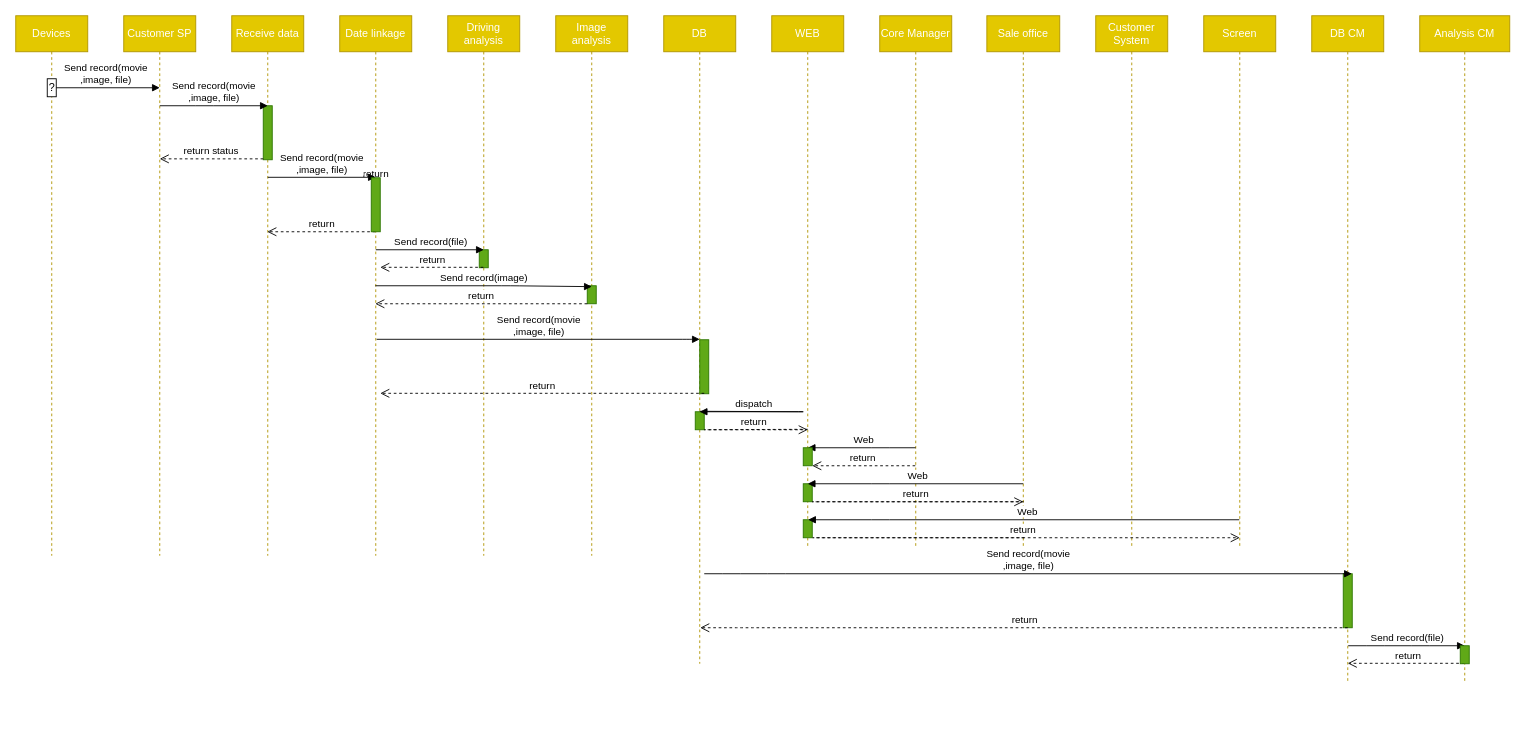
Before: CMliem.drawio in tmliem/Fist-repository, a draw.io diagram. Source tidied: cells renumbered, new cells numbered last; positions are measured from the earlier drawing's top-left corner, leaving out a move shared by most shapes. Both pictures are drawn from the tidied source at 90%, with x=0, y=0 at pixel (15, 15).
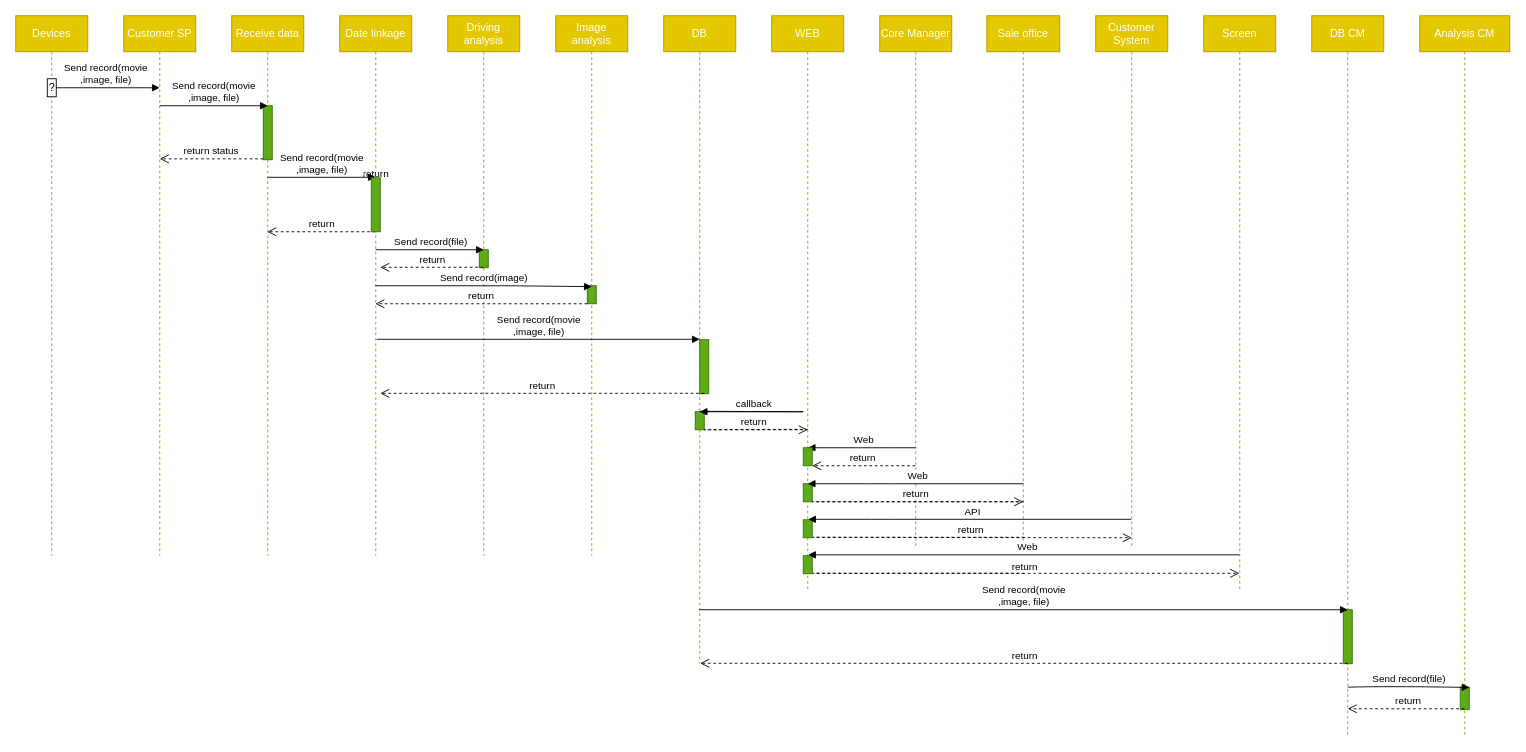
The same diagram, later.

The change refers to these unchanged cells:
```xml
<mxCell id="11" value="DB" style="shape=umlLifeline;perimeter=lifelinePerimeter;whiteSpace=wrap;html=1;outlineConnect=0;fillColor=#e3c800;strokeColor=#B09500;fontColor=#ffffff;" parent="1" vertex="1">
  <mxGeometry x="720" width="80" height="720" as="geometry" />
</mxCell>
<mxCell id="27" value="Customer System" style="shape=umlLifeline;perimeter=lifelinePerimeter;whiteSpace=wrap;html=1;outlineConnect=0;fillColor=#e3c800;strokeColor=#B09500;fontColor=#ffffff;" parent="1" vertex="1">
  <mxGeometry x="1200" width="80" height="590" as="geometry" />
</mxCell>
```

Change to the diagram source:
```diff
@@
     <mxCell id="14" value="WEB" style="shape=umlLifeline;perimeter=lifelinePerimeter;whiteSpace=wrap;html=1;fillColor=#e3c800;strokeColor=#B09500;fontColor=#ffffff;" parent="1" vertex="1">
-      <mxGeometry x="840" width="80" height="590" as="geometry" />
+      <mxGeometry x="840" width="80" height="640" as="geometry" />
     </mxCell>
@@
+    <mxCell id="52" style="html=1;perimeter=orthogonalPerimeter;fillColor=#60a917;strokeColor=#2D7600;fontColor=#ffffff;" parent="14" vertex="1">
+      <mxGeometry x="35" y="600" width="10" height="20" as="geometry" />
+    </mxCell>
@@
-    <mxCell id="30" value="dispatch" style="html=1;verticalAlign=bottom;endArrow=block;" parent="1" edge="1">
+    <mxCell id="30" value="callback" style="html=1;verticalAlign=bottom;endArrow=block;" parent="1" edge="1">
       <mxGeometry x="-0.5" relative="1" as="geometry">
         <mxPoint x="760" y="439.5" as="sourcePoint" />
         <mxPoint x="760" y="440" as="targetPoint" />
         <Array as="points">
           <mxPoint x="880" y="440" />
         </Array>
       </mxGeometry>
     </mxCell>
@@
     <mxCell id="32" value="Screen" style="shape=umlLifeline;perimeter=lifelinePerimeter;whiteSpace=wrap;html=1;outlineConnect=0;fillColor=#e3c800;strokeColor=#B09500;fontColor=#ffffff;" parent="1" vertex="1">
-      <mxGeometry x="1320" width="80" height="590" as="geometry" />
+      <mxGeometry x="1320" width="80" height="640" as="geometry" />
     </mxCell>
     <mxCell id="33" value="DB CM" style="shape=umlLifeline;perimeter=lifelinePerimeter;whiteSpace=wrap;html=1;fillColor=#e3c800;strokeColor=#B09500;fontColor=#ffffff;" parent="1" vertex="1">
-      <mxGeometry x="1440" width="80" height="740" as="geometry" />
+      <mxGeometry x="1440" width="80" height="800" as="geometry" />
     </mxCell>
     <mxCell id="34" style="html=1;perimeter=orthogonalPerimeter;fillColor=#60a917;strokeColor=#2D7600;fontColor=#ffffff;" parent="33" vertex="1">
-      <mxGeometry x="35" y="620" width="10" height="60" as="geometry" />
+      <mxGeometry x="35" y="660" width="10" height="60" as="geometry" />
     </mxCell>
     <mxCell id="35" value="Analysis CM" style="shape=umlLifeline;perimeter=lifelinePerimeter;whiteSpace=wrap;html=1;fillColor=#e3c800;strokeColor=#B09500;fontColor=#ffffff;" parent="1" vertex="1">
-      <mxGeometry x="1560" width="100" height="740" as="geometry" />
+      <mxGeometry x="1560" width="100" height="800" as="geometry" />
     </mxCell>
+    <mxCell id="49" style="html=1;points=[];perimeter=orthogonalPerimeter;fillColor=#60a917;strokeColor=#2D7600;fontColor=#ffffff;" parent="35" vertex="1">
+      <mxGeometry x="45" y="746" width="10" height="25" as="geometry" />
+    </mxCell>
@@
-    <mxCell id="39" value="Web" style="html=1;verticalAlign=bottom;endArrow=block;" parent="1" edge="1">
+    <mxCell id="39" value="Web" style="html=1;verticalAlign=bottom;endArrow=block;" parent="1" edge="1" source="32">
       <mxGeometry x="-0.01" relative="1" as="geometry">
-        <mxPoint x="1359.5" y="560" as="sourcePoint" />
-        <mxPoint x="880.5" y="560" as="targetPoint" />
+        <mxPoint x="880.5" y="599" as="targetPoint" />
         <Array as="points">
-          <mxPoint x="961" y="560" />
+          <mxPoint x="961" y="599" />
         </Array>
         <mxPoint x="1" as="offset" />
       </mxGeometry>
     </mxCell>
-    <mxCell id="40" value="return" style="html=1;verticalAlign=bottom;endArrow=open;dashed=1;endSize=8;" parent="1" edge="1">
-      <mxGeometry x="0.33" relative="1" as="geometry">
-        <mxPoint x="1120.5" y="580" as="sourcePoint" />
-        <mxPoint x="1360" y="580" as="targetPoint" />
+    <mxCell id="40" value="return" style="html=1;verticalAlign=bottom;endArrow=open;dashed=1;endSize=8;" parent="1" edge="1" target="32">
+      <mxGeometry x="-1" y="1" relative="1" as="geometry">
+        <mxPoint x="1120.5" y="619.5" as="sourcePoint" />
         <Array as="points">
-          <mxPoint x="880.5" y="580" />
+          <mxPoint x="880.5" y="619.5" />
         </Array>
       </mxGeometry>
     </mxCell>
-    <mxCell id="41" value="Send record(movie&lt;br&gt;,image, file)" style="html=1;verticalAlign=bottom;endArrow=block;" parent="1" edge="1">
+    <mxCell id="41" value="Send record(movie&lt;br&gt;,image, file)" style="html=1;verticalAlign=bottom;endArrow=block;" parent="1" edge="1" source="11">
       <mxGeometry relative="1" as="geometry">
-        <mxPoint x="765" y="620" as="sourcePoint" />
-        <mxPoint x="1484.5" y="620" as="targetPoint" />
+        <mxPoint x="1480" y="660" as="targetPoint" />
         <Array as="points">
-          <mxPoint x="795" y="620" />
-          <mxPoint x="845" y="620" />
+          <mxPoint x="798" y="660" />
+          <mxPoint x="848" y="660" />
         </Array>
       </mxGeometry>
     </mxCell>
     <mxCell id="42" value="return" style="html=1;verticalAlign=bottom;endArrow=open;dashed=1;endSize=8;" parent="1" edge="1">
       <mxGeometry x="0.86" y="-309" relative="1" as="geometry">
-        <mxPoint x="1480" y="680" as="sourcePoint" />
-        <mxPoint x="760.5" y="680" as="targetPoint" />
+        <mxPoint x="1480" y="719.5" as="sourcePoint" />
+        <mxPoint x="760.5" y="719.5" as="targetPoint" />
         <Array as="points">
-          <mxPoint x="811" y="680" />
+          <mxPoint x="811" y="719.5" />
         </Array>
         <mxPoint x="310" y="309" as="offset" />
       </mxGeometry>
     </mxCell>
-    <mxCell id="43" value="Send record(file)" style="html=1;verticalAlign=bottom;endArrow=block;" parent="1" edge="1">
+    <mxCell id="43" value="Send record(file)" style="html=1;verticalAlign=bottom;endArrow=block;entryX=1.029;entryY=0.01;entryDx=0;entryDy=0;entryPerimeter=0;" parent="1" edge="1" target="49">
       <mxGeometry relative="1" as="geometry">
-        <mxPoint x="1480.5" y="700" as="sourcePoint" />
-        <mxPoint x="1610" y="700" as="targetPoint" />
+        <mxPoint x="1480" y="746" as="sourcePoint" />
         <Array as="points">
-          <mxPoint x="1510.5" y="700" />
-          <mxPoint x="1560.5" y="700" />
+          <mxPoint x="1505.5" y="745.5" />
+          <mxPoint x="1555.5" y="745.5" />
         </Array>
       </mxGeometry>
     </mxCell>
     <mxCell id="44" value="return" style="html=1;verticalAlign=bottom;endArrow=open;dashed=1;endSize=8;" parent="1" edge="1">
       <mxGeometry x="0.28" y="-19" relative="1" as="geometry">
-        <mxPoint x="1609.5" y="719.5" as="sourcePoint" />
-        <mxPoint x="1480" y="719.5" as="targetPoint" />
+        <mxPoint x="1609.5" y="770" as="sourcePoint" />
+        <mxPoint x="1480" y="770" as="targetPoint" />
         <Array as="points">
-          <mxPoint x="1530.5" y="719.5" />
+          <mxPoint x="1530.5" y="770" />
         </Array>
         <mxPoint x="20" y="19" as="offset" />
       </mxGeometry>
     </mxCell>
@@
-    <mxCell id="49" style="html=1;points=[];perimeter=orthogonalPerimeter;fillColor=#60a917;strokeColor=#2D7600;fontColor=#ffffff;" parent="1" vertex="1">
-      <mxGeometry x="1605" y="700" width="10" height="20" as="geometry" />
-    </mxCell>
@@
+    <mxCell id="53" value="API" style="html=1;verticalAlign=bottom;endArrow=block;" parent="1" edge="1" source="27">
+      <mxGeometry x="-0.01" relative="1" as="geometry">
+        <mxPoint x="880.5" y="559.5" as="targetPoint" />
+        <Array as="points">
+          <mxPoint x="961" y="559.5" />
+        </Array>
+        <mxPoint x="1" as="offset" />
+      </mxGeometry>
+    </mxCell>
+    <mxCell id="54" value="return" style="html=1;verticalAlign=bottom;endArrow=open;dashed=1;endSize=8;" parent="1" edge="1">
+      <mxGeometry x="-0.8" relative="1" as="geometry">
+        <mxPoint x="1120.5" y="579.5" as="sourcePoint" />
+        <mxPoint x="1240" y="580" as="targetPoint" />
+        <Array as="points">
+          <mxPoint x="880.5" y="579.5" />
+        </Array>
+      </mxGeometry>
+    </mxCell>
```
